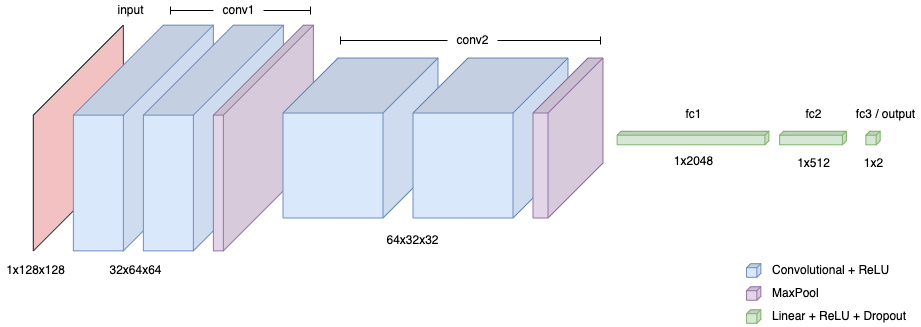
This is DL_HW1_Arch.drawio.png from snirlugassy/face_mask_detection, a draw.io export, as it was before one commit. Source tidied: cells renumbered, new cells last; positions are measured from the earlier drawing's top-left corner, leaving out a move shared by most shapes. The source it was exported from:
```xml
<mxGraphModel>
  <root>
    <mxCell id="0" />
    <mxCell id="1" parent="0" />
    <mxCell id="2" style="shape=cube;whiteSpace=wrap;html=1;boundedLbl=1;backgroundOutline=1;darkOpacity=0.05;darkOpacity2=0.1;rotation=90;size=90;fillColor=#ffcccc;strokeColor=#36393d;" parent="1" vertex="1">
      <mxGeometry y="92.5" width="225.7" height="90" as="geometry" />
    </mxCell>
    <mxCell id="3" style="shape=cube;whiteSpace=wrap;html=1;boundedLbl=1;backgroundOutline=1;darkOpacity=0.05;darkOpacity2=0.1;rotation=90;size=90;fillColor=#dae8fc;strokeColor=#6c8ebf;" parent="1" vertex="1">
      <mxGeometry x="65" y="67.5" width="225.7" height="140" as="geometry" />
    </mxCell>
    <mxCell id="4" style="shape=cube;whiteSpace=wrap;html=1;boundedLbl=1;backgroundOutline=1;darkOpacity=0.05;darkOpacity2=0.1;rotation=90;size=90;fillColor=#dae8fc;strokeColor=#6c8ebf;" parent="1" vertex="1">
      <mxGeometry x="135" y="67.5" width="225.7" height="140" as="geometry" />
    </mxCell>
    <mxCell id="5" style="shape=cube;whiteSpace=wrap;html=1;boundedLbl=1;backgroundOutline=1;darkOpacity=0.05;darkOpacity2=0.1;rotation=90;size=90;fillColor=#e1d5e7;strokeColor=#9673a6;" parent="1" vertex="1">
      <mxGeometry x="185" y="87.5" width="225.7" height="100" as="geometry" />
    </mxCell>
    <mxCell id="6" style="shape=cube;whiteSpace=wrap;html=1;boundedLbl=1;backgroundOutline=1;darkOpacity=0.05;darkOpacity2=0.1;rotation=90;size=55;fillColor=#dae8fc;strokeColor=#6c8ebf;" parent="1" vertex="1">
      <mxGeometry x="315" y="60" width="160" height="155" as="geometry" />
    </mxCell>
    <mxCell id="7" style="shape=cube;whiteSpace=wrap;html=1;boundedLbl=1;backgroundOutline=1;darkOpacity=0.05;darkOpacity2=0.1;rotation=90;size=55;fillColor=#dae8fc;strokeColor=#6c8ebf;" parent="1" vertex="1">
      <mxGeometry x="445" y="60" width="160" height="155" as="geometry" />
    </mxCell>
    <mxCell id="8" style="shape=cube;whiteSpace=wrap;html=1;boundedLbl=1;backgroundOutline=1;darkOpacity=0.05;darkOpacity2=0.1;rotation=90;size=4;fillColor=#d5e8d4;strokeColor=#82b366;" parent="1" vertex="1">
      <mxGeometry x="720.7" y="61.6" width="13.6" height="151.8" as="geometry" />
    </mxCell>
    <mxCell id="9" style="shape=cube;whiteSpace=wrap;html=1;boundedLbl=1;backgroundOutline=1;darkOpacity=0.05;darkOpacity2=0.1;rotation=90;size=55;fillColor=#e1d5e7;strokeColor=#9673a6;" parent="1" vertex="1">
      <mxGeometry x="522.5" y="102.5" width="160" height="70" as="geometry" />
    </mxCell>
    <mxCell id="10" style="shape=cube;whiteSpace=wrap;html=1;boundedLbl=1;backgroundOutline=1;darkOpacity=0.05;darkOpacity2=0.1;rotation=90;size=4;fillColor=#d5e8d4;strokeColor=#82b366;" parent="1" vertex="1">
      <mxGeometry x="840.7" y="104.1" width="13.6" height="66.8" as="geometry" />
    </mxCell>
    <mxCell id="11" style="shape=cube;whiteSpace=wrap;html=1;boundedLbl=1;backgroundOutline=1;darkOpacity=0.05;darkOpacity2=0.1;rotation=90;size=4;fillColor=#d5e8d4;strokeColor=#82b366;" parent="1" vertex="1">
      <mxGeometry x="900.7" y="130.3" width="13.6" height="14.3" as="geometry" />
    </mxCell>
    <mxCell id="12" value="input" style="text;html=1;align=center;verticalAlign=middle;strokeColor=none;fillColor=none;" parent="1" vertex="1">
      <mxGeometry x="145" width="40" height="20" as="geometry" />
    </mxCell>
    <mxCell id="13" style="edgeStyle=orthogonalEdgeStyle;rounded=0;jettySize=auto;html=1;endArrow=baseDash;endFill=0;" parent="1" edge="1" source="15">
      <mxGeometry relative="1" as="geometry">
        <mxPoint x="205" y="10" as="targetPoint" />
      </mxGeometry>
    </mxCell>
    <mxCell id="14" style="edgeStyle=orthogonalEdgeStyle;rounded=0;jettySize=auto;html=1;endArrow=baseDash;endFill=0;" parent="1" edge="1" source="15">
      <mxGeometry relative="1" as="geometry">
        <mxPoint x="345" y="10" as="targetPoint" />
      </mxGeometry>
    </mxCell>
    <mxCell id="15" value="conv1" style="text;html=1;align=center;verticalAlign=middle;points=[];strokeColor=none;fillColor=none;" parent="1" vertex="1">
      <mxGeometry x="248" width="50" height="20" as="geometry" />
    </mxCell>
    <mxCell id="16" style="edgeStyle=orthogonalEdgeStyle;rounded=0;jettySize=auto;html=1;endArrow=baseDash;endFill=0;" parent="1" edge="1" source="18">
      <mxGeometry relative="1" as="geometry">
        <mxPoint x="375" y="40" as="targetPoint" />
      </mxGeometry>
    </mxCell>
    <mxCell id="17" style="edgeStyle=orthogonalEdgeStyle;rounded=0;jettySize=auto;html=1;endArrow=baseDash;endFill=0;" parent="1" edge="1" source="18">
      <mxGeometry relative="1" as="geometry">
        <mxPoint x="635" y="40" as="targetPoint" />
      </mxGeometry>
    </mxCell>
    <mxCell id="18" value="conv2" style="text;html=1;align=center;verticalAlign=middle;points=[];strokeColor=none;fillColor=none;" parent="1" vertex="1">
      <mxGeometry x="482" y="30" width="50" height="20" as="geometry" />
    </mxCell>
    <mxCell id="19" value="fc1" style="text;html=1;align=center;verticalAlign=middle;strokeColor=none;fillColor=none;" parent="1" vertex="1">
      <mxGeometry x="712.5" y="104.1" width="30" height="20" as="geometry" />
    </mxCell>
    <mxCell id="20" value="fc2" style="text;html=1;align=center;verticalAlign=middle;strokeColor=none;fillColor=none;" parent="1" vertex="1">
      <mxGeometry x="832.5" y="104.1" width="30" height="20" as="geometry" />
    </mxCell>
    <mxCell id="21" value="fc3 / output" style="text;html=1;align=center;verticalAlign=middle;strokeColor=none;fillColor=none;" parent="1" vertex="1">
      <mxGeometry x="885" y="104.1" width="70" height="20" as="geometry" />
    </mxCell>
    <mxCell id="22" value="1x128x128" style="text;html=1;align=center;verticalAlign=middle;strokeColor=none;fillColor=none;" parent="1" vertex="1">
      <mxGeometry x="35" y="260" width="70" height="20" as="geometry" />
    </mxCell>
    <mxCell id="23" value="32x64x64" style="text;html=1;align=center;verticalAlign=middle;strokeColor=none;fillColor=none;" parent="1" vertex="1">
      <mxGeometry x="135" y="260" width="70" height="20" as="geometry" />
    </mxCell>
    <mxCell id="24" value="64x32x32" style="text;html=1;align=center;verticalAlign=middle;strokeColor=none;fillColor=none;" parent="1" vertex="1">
      <mxGeometry x="412" y="230" width="70" height="20" as="geometry" />
    </mxCell>
    <mxCell id="25" value="1x2048" style="text;html=1;align=center;verticalAlign=middle;strokeColor=none;fillColor=none;" parent="1" vertex="1">
      <mxGeometry x="702.5" y="150.9" width="50" height="20" as="geometry" />
    </mxCell>
    <mxCell id="26" value="1x512" style="text;html=1;align=center;verticalAlign=middle;strokeColor=none;fillColor=none;" parent="1" vertex="1">
      <mxGeometry x="822.5" y="152.5" width="50" height="20" as="geometry" />
    </mxCell>
    <mxCell id="27" value="1x2" style="text;html=1;align=center;verticalAlign=middle;strokeColor=none;fillColor=none;" parent="1" vertex="1">
      <mxGeometry x="892.5" y="152.5" width="30" height="20" as="geometry" />
    </mxCell>
    <mxCell id="28" style="shape=cube;whiteSpace=wrap;html=1;boundedLbl=1;backgroundOutline=1;darkOpacity=0.05;darkOpacity2=0.1;rotation=90;size=4;fillColor=#dae8fc;strokeColor=#6c8ebf;" parent="1" vertex="1">
      <mxGeometry x="781.4" y="262.8" width="13.6" height="14.3" as="geometry" />
    </mxCell>
    <mxCell id="29" style="shape=cube;whiteSpace=wrap;html=1;boundedLbl=1;backgroundOutline=1;darkOpacity=0.05;darkOpacity2=0.1;rotation=90;size=4;fillColor=#e1d5e7;strokeColor=#9673a6;" parent="1" vertex="1">
      <mxGeometry x="781.4" y="285.8" width="13.6" height="14.3" as="geometry" />
    </mxCell>
    <mxCell id="30" style="shape=cube;whiteSpace=wrap;html=1;boundedLbl=1;backgroundOutline=1;darkOpacity=0.05;darkOpacity2=0.1;rotation=90;size=4;fillColor=#d5e8d4;strokeColor=#82b366;fontStyle=1;" parent="1" vertex="1">
      <mxGeometry x="781.4" y="308.8" width="13.6" height="14.3" as="geometry" />
    </mxCell>
    <mxCell id="31" value="Convolutional + ReLU" style="text;html=1;align=left;verticalAlign=middle;strokeColor=none;fillColor=none;" parent="1" vertex="1">
      <mxGeometry x="805" y="260" width="130" height="20" as="geometry" />
    </mxCell>
    <mxCell id="32" value="MaxPool" style="text;html=1;align=left;verticalAlign=middle;strokeColor=none;fillColor=none;" parent="1" vertex="1">
      <mxGeometry x="805" y="283" width="60" height="20" as="geometry" />
    </mxCell>
    <mxCell id="33" value="Linear + ReLU + Dropout" style="text;html=1;align=left;verticalAlign=middle;strokeColor=none;fillColor=none;" parent="1" vertex="1">
      <mxGeometry x="805" y="306" width="150" height="20" as="geometry" />
    </mxCell>
  </root>
</mxGraphModel>
```
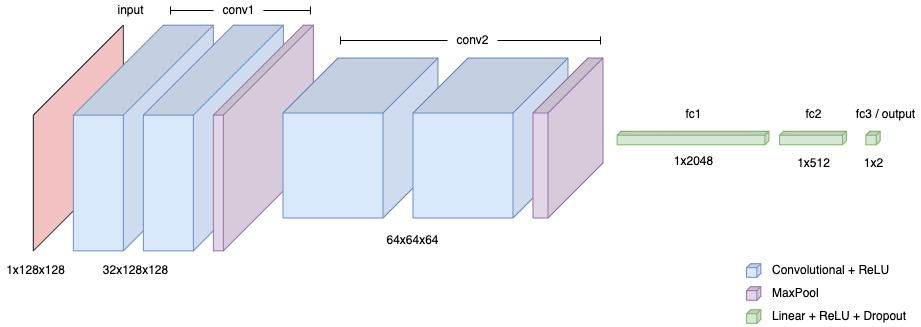
Later version of the same file.

The edit, as a diff of the source:
```diff
@@ -73,10 +73,10 @@
     <mxCell id="22" value="1x128x128" style="text;html=1;align=center;verticalAlign=middle;strokeColor=none;fillColor=none;" parent="1" vertex="1">
       <mxGeometry x="35" y="260" width="70" height="20" as="geometry" />
     </mxCell>
-    <mxCell id="23" value="32x64x64" style="text;html=1;align=center;verticalAlign=middle;strokeColor=none;fillColor=none;" parent="1" vertex="1">
-      <mxGeometry x="135" y="260" width="70" height="20" as="geometry" />
+    <mxCell id="23" value="32x128x128" style="text;html=1;align=center;verticalAlign=middle;strokeColor=none;fillColor=none;" parent="1" vertex="1">
+      <mxGeometry x="130" y="260" width="80" height="20" as="geometry" />
     </mxCell>
-    <mxCell id="24" value="64x32x32" style="text;html=1;align=center;verticalAlign=middle;strokeColor=none;fillColor=none;" parent="1" vertex="1">
+    <mxCell id="24" value="64x64x64" style="text;html=1;align=center;verticalAlign=middle;strokeColor=none;fillColor=none;" parent="1" vertex="1">
       <mxGeometry x="412" y="230" width="70" height="20" as="geometry" />
     </mxCell>
     <mxCell id="25" value="1x2048" style="text;html=1;align=center;verticalAlign=middle;strokeColor=none;fillColor=none;" parent="1" vertex="1">
```
